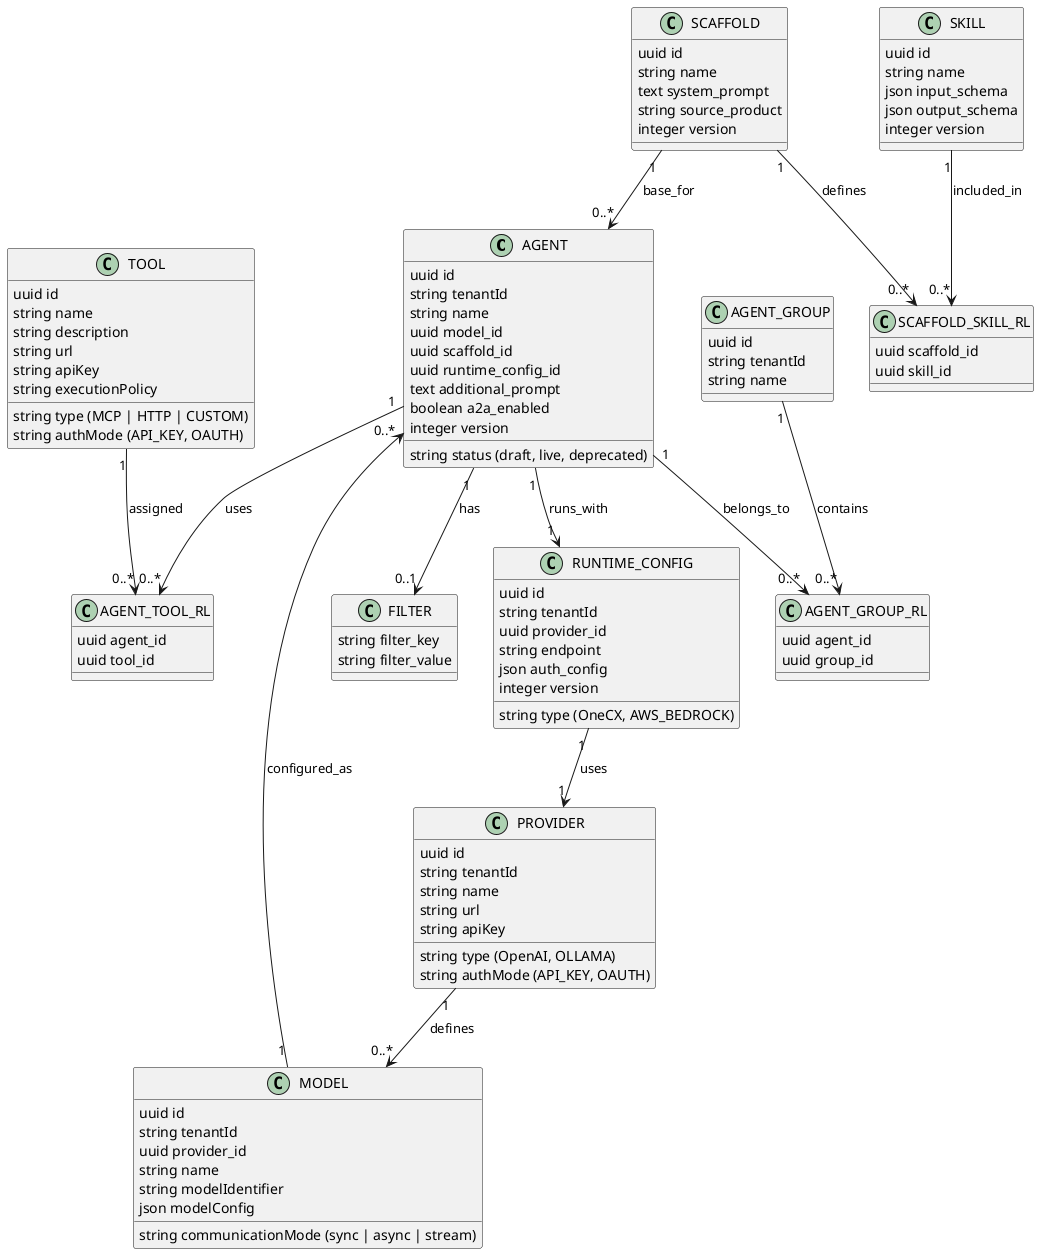
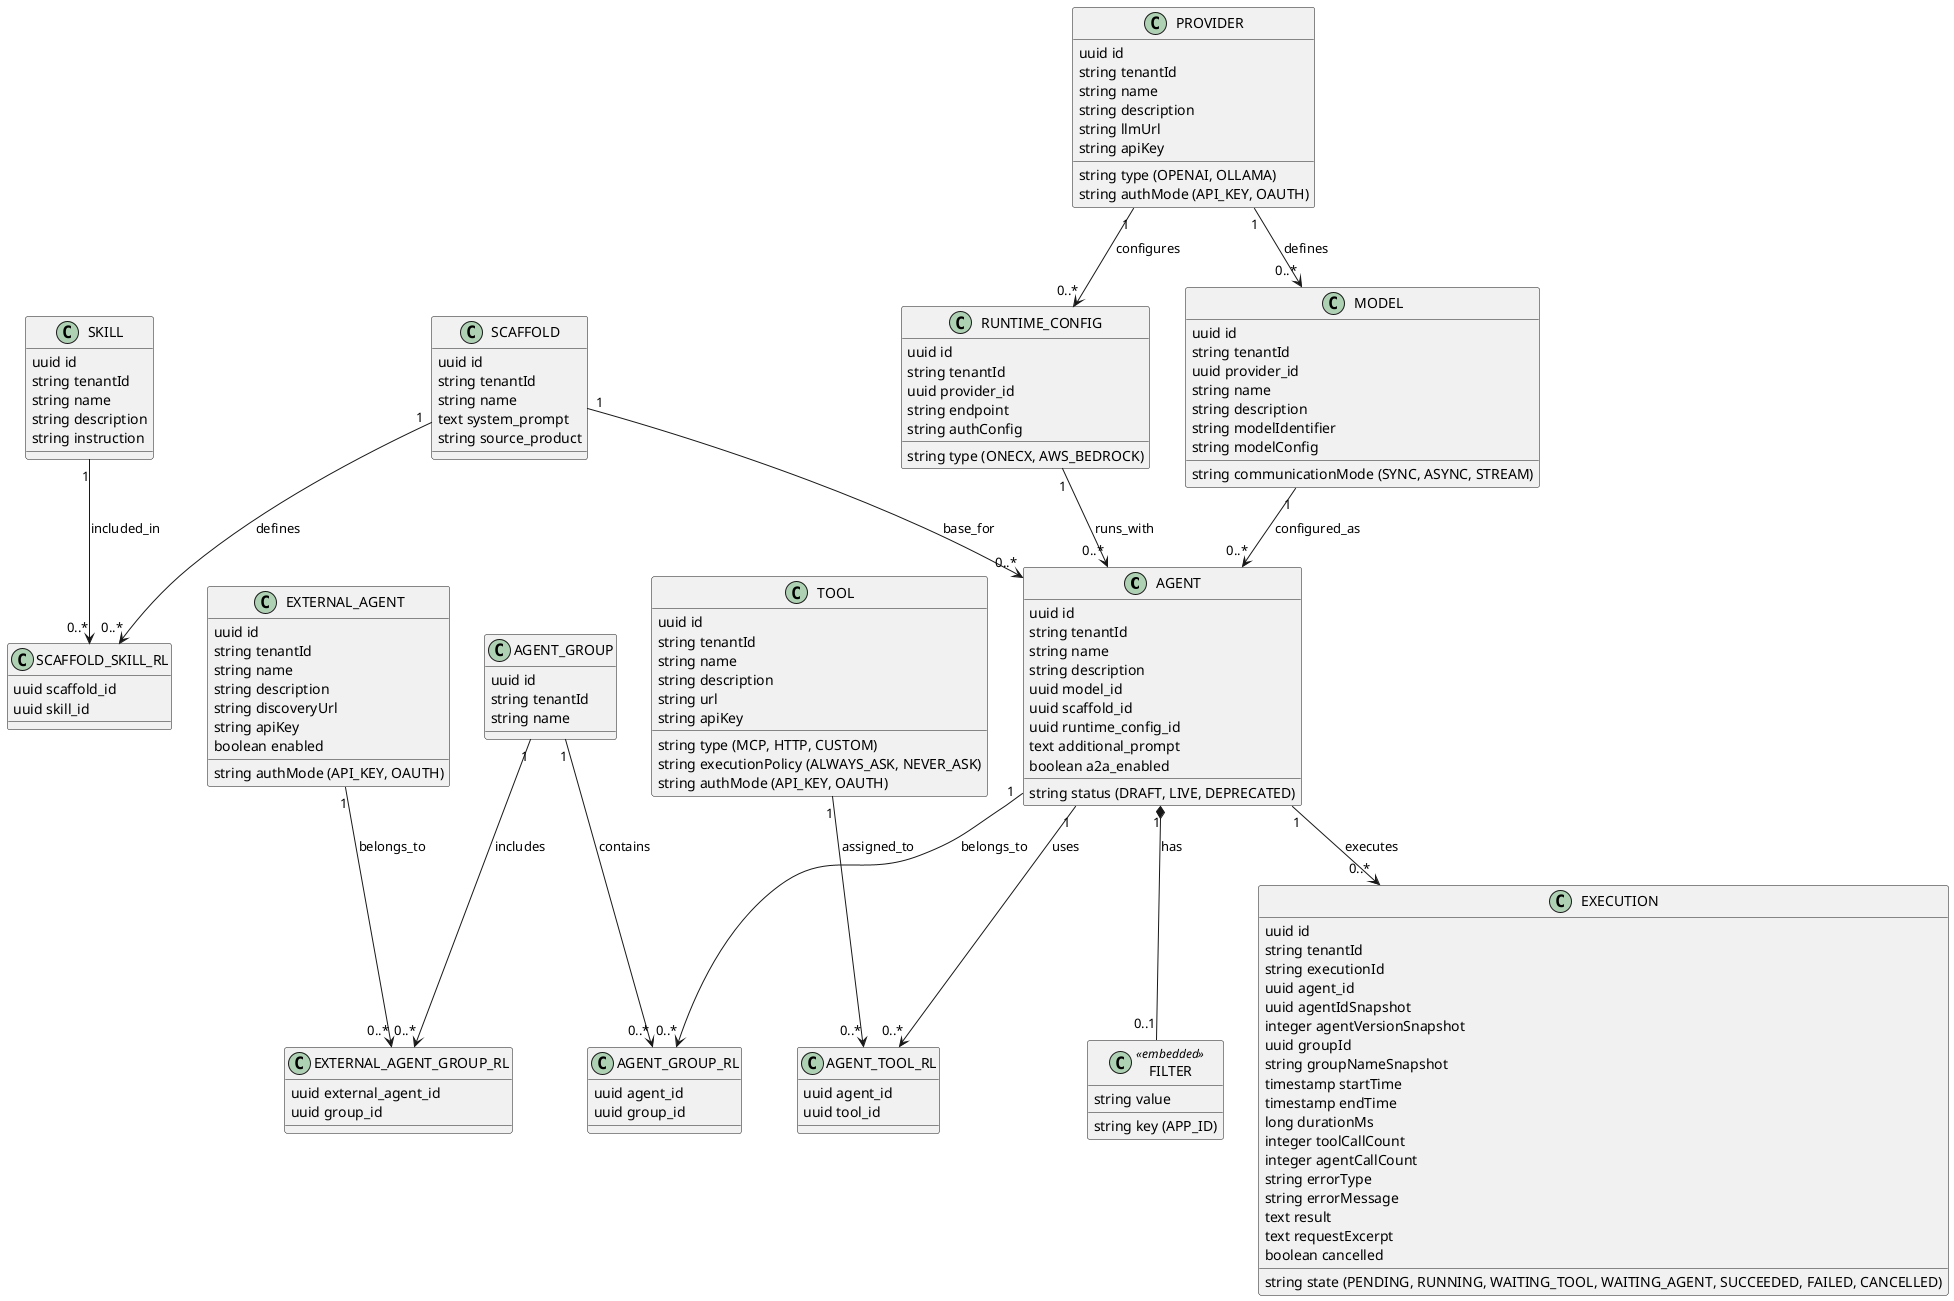
@startuml agent-store-final

' =========================
' CORE ENTITIES
' =========================

class AGENT {
  uuid id
  string tenantId
  string name
+   string description
  uuid model_id
  uuid scaffold_id
  uuid runtime_config_id
  text additional_prompt
  boolean a2a_enabled
-   integer version
-   string status (draft, live, deprecated)
+   string status (DRAFT, LIVE, DEPRECATED)
}

- class FILTER {
-   string filter_key
-   string filter_value
+ class FILTER <<embedded>> {
+   string key (APP_ID)
+   string value
}

class SCAFFOLD {
  uuid id
+   string tenantId
  string name
  text system_prompt
  string source_product
-   integer version
}

class PROVIDER {
  uuid id
  string tenantId
  string name
-   string type (OpenAI, OLLAMA)
-   string url
+   string description
+   string type (OPENAI, OLLAMA)
+   string llmUrl
  string apiKey
  string authMode (API_KEY, OAUTH)
}

class MODEL {
  uuid id
  string tenantId
  uuid provider_id
  string name
+   string description
  string modelIdentifier
-   json modelConfig
-   string communicationMode (sync | async | stream)
+   string modelConfig
+   string communicationMode (SYNC, ASYNC, STREAM)
}

class RUNTIME_CONFIG {
  uuid id
  string tenantId
-   string type (OneCX, AWS_BEDROCK)
+   string type (ONECX, AWS_BEDROCK)
  uuid provider_id
  string endpoint
-   json auth_config
-   integer version
+   string authConfig
}

class TOOL {
  uuid id
+   string tenantId
  string name
  string description
-   string type (MCP | HTTP | CUSTOM)
+   string type (MCP, HTTP, CUSTOM)
  string url
  string apiKey
-   string executionPolicy
+   string executionPolicy (ALWAYS_ASK, NEVER_ASK)
  string authMode (API_KEY, OAUTH)
}

class SKILL {
  uuid id
+   string tenantId
  string name
-   json input_schema
-   json output_schema
-   integer version
+   string description
+   string instruction
}

class AGENT_GROUP {
  uuid id
  string tenantId
  string name
}

- ' class WORKFLOW {
- '   uuid id
- '   string name
- '   string type
- ' }
+ class EXECUTION {
+   uuid id
+   string tenantId
+   string executionId
+   string state (PENDING, RUNNING, WAITING_TOOL, WAITING_AGENT, SUCCEEDED, FAILED, CANCELLED)
+   uuid agent_id
+   uuid agentIdSnapshot
+   integer agentVersionSnapshot
+   uuid groupId
+   string groupNameSnapshot
+   timestamp startTime
+   timestamp endTime
+   long durationMs
+   integer toolCallCount
+   integer agentCallCount
+   string errorType
+   string errorMessage
+   text result
+   text requestExcerpt
+   boolean cancelled
+ }

- ' class WORKFLOW_STEP {
- '   uuid id
- '   uuid workflow_id
- '   uuid agent_id
- '   int step_order
- '   json input_mapping
- '   json output_mapping
- ' }
+ class EXTERNAL_AGENT {
+   uuid id
+   string tenantId
+   string name
+   string description
+   string discoveryUrl
+   string apiKey
+   string authMode (API_KEY, OAUTH)
+   boolean enabled
+ }

' =========================
' RELATION TABLES (_RL)
' =========================

class SCAFFOLD_SKILL_RL {
  uuid scaffold_id
  uuid skill_id
}

- 
class AGENT_TOOL_RL {
  uuid agent_id
  uuid tool_id
}

- 
class AGENT_GROUP_RL {
  uuid agent_id
+   uuid group_id
+ }
+ 
+ class EXTERNAL_AGENT_GROUP_RL {
+   uuid external_agent_id
  uuid group_id
}

' =========================
' RELATIONSHIPS
' =========================

+ PROVIDER "1" --> "0..*" MODEL : defines
+ PROVIDER "1" --> "0..*" RUNTIME_CONFIG : configures
+ 
+ MODEL "1" --> "0..*" AGENT : configured_as
+ RUNTIME_CONFIG "1" --> "0..*" AGENT : runs_with
SCAFFOLD "1" --> "0..*" AGENT : base_for

- AGENT "1" --> "1" RUNTIME_CONFIG : runs_with
- 
- PROVIDER "1" --> "0..*" MODEL : defines
- RUNTIME_CONFIG "1" --> "1" PROVIDER : uses
- MODEL "1" --> "0..*" AGENT : configured_as
+ AGENT "1" *-- "0..1" FILTER : has

SCAFFOLD "1" --> "0..*" SCAFFOLD_SKILL_RL : defines
SKILL "1" --> "0..*" SCAFFOLD_SKILL_RL : included_in

AGENT "1" --> "0..*" AGENT_TOOL_RL : uses
- TOOL "1" --> "0..*" AGENT_TOOL_RL : assigned
+ TOOL "1" --> "0..*" AGENT_TOOL_RL : assigned_to

AGENT "1" --> "0..*" AGENT_GROUP_RL : belongs_to
AGENT_GROUP "1" --> "0..*" AGENT_GROUP_RL : contains

- AGENT "1" --> "0..1" FILTER : has
+ EXTERNAL_AGENT "1" --> "0..*" EXTERNAL_AGENT_GROUP_RL : belongs_to
+ AGENT_GROUP "1" --> "0..*" EXTERNAL_AGENT_GROUP_RL : includes

- ' WORKFLOW "1" --> "0..*" WORKFLOW_STEP : consists_of
- ' AGENT "1" --> "0..*" WORKFLOW_STEP : executes
+ AGENT "1" --> "0..*" EXECUTION : executes

@enduml
